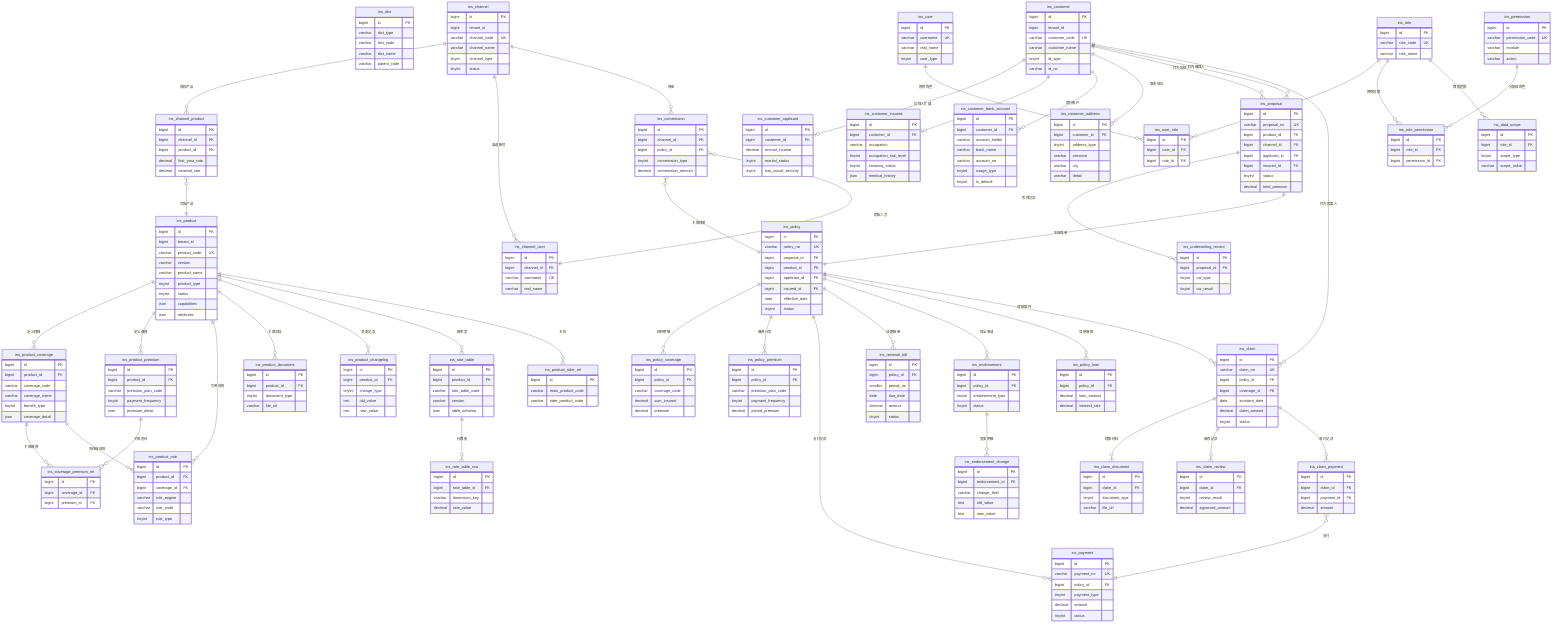
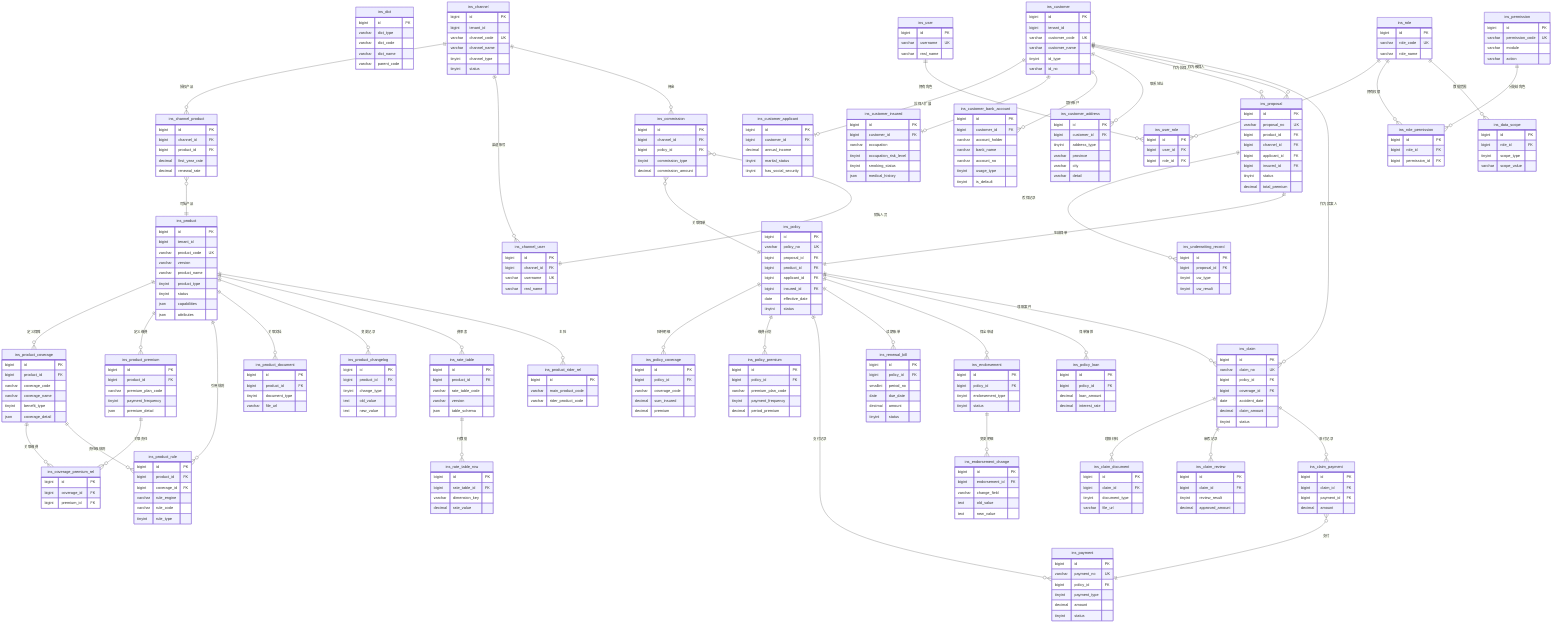
erDiagram
    %% ============================================
    %% Covex 全局域关系总览
    %% ============================================

    %% ---- 产品配置域 ----
    ins_product {
        bigint id PK
        bigint tenant_id
        varchar product_code UK
        varchar version
        varchar product_name
        tinyint product_type
        tinyint status
        json capabilities
        json attributes
    }

    ins_product_coverage {
        bigint id PK
        bigint product_id FK
        varchar coverage_code
        varchar coverage_name
        tinyint benefit_type
        json coverage_detail
    }

    ins_product_premium {
        bigint id PK
        bigint product_id FK
        varchar premium_plan_code
        tinyint payment_frequency
        json premium_detail
    }

    ins_coverage_premium_rel {
        bigint id PK
        bigint coverage_id FK
        bigint premium_id FK
    }

    ins_product_rule {
        bigint id PK
        bigint product_id FK
        bigint coverage_id FK
        varchar rule_engine
        varchar rule_code
        tinyint rule_type
    }

    ins_product_rider_rel {
        bigint id PK
        varchar main_product_code
        varchar rider_product_code
    }

    ins_product_document {
        bigint id PK
        bigint product_id FK
        tinyint document_type
        varchar file_url
    }

    ins_product_changelog {
        bigint id PK
        bigint product_id FK
        tinyint change_type
        text old_value
        text new_value
    }

    ins_rate_table {
        bigint id PK
        bigint product_id FK
        varchar rate_table_code
        varchar version
        json table_schema
    }

    ins_rate_table_row {
        bigint id PK
        bigint rate_table_id FK
        varchar dimension_key
        decimal rate_value
    }

    ins_dict {
        bigint id PK
        varchar dict_type
        varchar dict_code
        varchar dict_name
        varchar parent_code
    }

    %% ---- 渠道域 ----
    ins_channel {
        bigint id PK
        bigint tenant_id
        varchar channel_code UK
        varchar channel_name
        tinyint channel_type
        tinyint status
    }

    ins_channel_product {
        bigint id PK
        bigint channel_id FK
        bigint product_id FK
        decimal first_year_rate
        decimal renewal_rate
    }

    ins_channel_user {
        bigint id PK
        bigint channel_id FK
        varchar username UK
        varchar real_name
    }

    ins_commission {
        bigint id PK
        bigint channel_id FK
        bigint policy_id FK
        tinyint commission_type
        decimal commission_amount
    }

    %% ---- 客户域 ----
    ins_customer {
        bigint id PK
        bigint tenant_id
        varchar customer_code UK
        varchar customer_name
        tinyint id_type
        varchar id_no
    }

    ins_customer_applicant {
        bigint id PK
        bigint customer_id FK
        decimal annual_income
        tinyint marital_status
        tinyint has_social_security
    }

    ins_customer_insured {
        bigint id PK
        bigint customer_id FK
        varchar occupation
        tinyint occupation_risk_level
        tinyint smoking_status
        json medical_history
    }

    ins_customer_bank_account {
        bigint id PK
        bigint customer_id FK
        varchar account_holder
        varchar bank_name
        varchar account_no
        tinyint usage_type
        tinyint is_default
    }

    ins_customer_address {
        bigint id PK
        bigint customer_id FK
        tinyint address_type
        varchar province
        varchar city
        varchar detail
    }

    %% ---- 承保域 ----
    ins_proposal {
        bigint id PK
        varchar proposal_no UK
        bigint product_id FK
        bigint channel_id FK
        bigint applicant_id FK
        bigint insured_id FK
        tinyint status
        decimal total_premium
    }

    ins_underwriting_record {
        bigint id PK
        bigint proposal_id FK
        tinyint uw_type
        tinyint uw_result
    }

    ins_policy {
        bigint id PK
        varchar policy_no UK
        bigint proposal_id FK
        bigint product_id FK
        bigint applicant_id FK
        bigint insured_id FK
        date effective_date
        tinyint status
    }

    ins_policy_coverage {
        bigint id PK
        bigint policy_id FK
        varchar coverage_code
        decimal sum_insured
        decimal premium
    }

    ins_policy_premium {
        bigint id PK
        bigint policy_id FK
        varchar premium_plan_code
        tinyint payment_frequency
        decimal period_premium
    }

    ins_payment {
        bigint id PK
        varchar payment_no UK
        bigint policy_id FK
        tinyint payment_type
        decimal amount
        tinyint status
    }

    %% ---- 保单服务域 ----
    ins_renewal_bill {
        bigint id PK
        bigint policy_id FK
        smallint period_no
        date due_date
        decimal amount
        tinyint status
    }

    ins_endorsement {
        bigint id PK
        bigint policy_id FK
        tinyint endorsement_type
        tinyint status
    }

    ins_endorsement_change {
        bigint id PK
        bigint endorsement_id FK
        varchar change_field
        text old_value
        text new_value
    }

    ins_policy_loan {
        bigint id PK
        bigint policy_id FK
        decimal loan_amount
        decimal interest_rate
    }

    %% ---- 理赔域 ----
    ins_claim {
        bigint id PK
        varchar claim_no UK
        bigint policy_id FK
        bigint coverage_id FK
        date accident_date
        decimal claim_amount
        tinyint status
    }

    ins_claim_document {
        bigint id PK
        bigint claim_id FK
        tinyint document_type
        varchar file_url
    }

    ins_claim_review {
        bigint id PK
        bigint claim_id FK
        tinyint review_result
        decimal approved_amount
    }

    ins_claim_payment {
        bigint id PK
        bigint claim_id FK
        bigint payment_id FK
        decimal amount
    }

    %% ---- 基础服务层 ----
    ins_user {
        bigint id PK
        varchar username UK
        varchar real_name
-         tinyint user_type
    }

    ins_role {
        bigint id PK
        varchar role_code UK
        varchar role_name
    }

    ins_permission {
        bigint id PK
        varchar permission_code UK
        varchar module
        varchar action
    }

    ins_user_role {
        bigint id PK
        bigint user_id FK
        bigint role_id FK
    }

    ins_role_permission {
        bigint id PK
        bigint role_id FK
        bigint permission_id FK
    }

    ins_data_scope {
        bigint id PK
        bigint role_id FK
        tinyint scope_type
        varchar scope_value
    }

    %% ============================================
    %% 产品配置域 内部关系
    %% ============================================
    ins_product ||--o{ ins_product_coverage : "定义保障"
    ins_product ||--o{ ins_product_premium : "定义缴费"
    ins_product ||--o{ ins_product_rule : "引用规则"
    ins_product ||--o{ ins_product_document : "关联文档"
    ins_product ||--o{ ins_product_changelog : "变更记录"
    ins_product ||--o{ ins_rate_table : "费率表"
    ins_product ||--o{ ins_product_rider_rel : "主险"

    ins_product_coverage ||--o{ ins_coverage_premium_rel : "关联缴费"
    ins_product_premium ||--o{ ins_coverage_premium_rel : "关联责任"
    ins_product_coverage ||--o{ ins_product_rule : "责任级规则"

    ins_rate_table ||--o{ ins_rate_table_row : "行数据"

    %% ============================================
    %% 渠道域 关系
    %% ============================================
    ins_channel ||--o{ ins_channel_product : "授权产品"
    ins_channel ||--o{ ins_channel_user : "渠道账号"
    ins_channel ||--o{ ins_commission : "佣金"

    ins_channel_product }o--|| ins_product : "可售产品"

    %% ============================================
    %% 客户域 内部关系
    %% ============================================
    ins_customer ||--o| ins_customer_applicant : "投保人扩展"
    ins_customer ||--o| ins_customer_insured : "被保人扩展"
    ins_customer ||--o{ ins_customer_bank_account : "银行账户"
    ins_customer ||--o{ ins_customer_address : "联系地址"

    %% ============================================
    %% 客户 → 承保 关系
    %% ============================================
    ins_customer ||--o{ ins_proposal : "作为投保人"
    ins_customer ||--o{ ins_proposal : "作为被保人"
    ins_customer ||--o{ ins_claim : "作为报案人"

    %% ============================================
    %% 承保域 内部关系
    %% ============================================
    ins_proposal ||--o{ ins_underwriting_record : "核保记录"
    ins_proposal ||--|| ins_policy : "生成保单"

    ins_policy ||--o{ ins_policy_coverage : "险种明细"
    ins_policy ||--o{ ins_policy_premium : "缴费计划"
    ins_policy ||--o{ ins_payment : "支付记录"

    %% ============================================
    %% 保单服务域 关系
    %% ============================================
    ins_policy ||--o{ ins_renewal_bill : "续期账单"
    ins_policy ||--o{ ins_endorsement : "保全申请"
    ins_policy ||--o{ ins_policy_loan : "保单借款"

    ins_endorsement ||--o{ ins_endorsement_change : "变更明细"

    %% ============================================
    %% 理赔域 关系
    %% ============================================
    ins_policy ||--o{ ins_claim : "理赔案件"
    ins_claim ||--o{ ins_claim_document : "理赔材料"
    ins_claim ||--o{ ins_claim_review : "审核记录"
    ins_claim ||--o{ ins_claim_payment : "赔付记录"

    ins_claim_payment }o--|| ins_payment : "支付"

    %% ============================================
    %% 佣金 跨域关系
    %% ============================================
    ins_commission }o--|| ins_policy : "关联保单"
    ins_commission }o--|| ins_channel_user : "销售人员"

    %% ============================================
    %% 基础服务层 关系
    %% ============================================
    ins_user ||--o{ ins_user_role : "拥有角色"
    ins_role ||--o{ ins_user_role : "分配给用户"
    ins_role ||--o{ ins_role_permission : "拥有权限"
    ins_permission ||--o{ ins_role_permission : "分配给角色"
    ins_role ||--o{ ins_data_scope : "数据范围"
